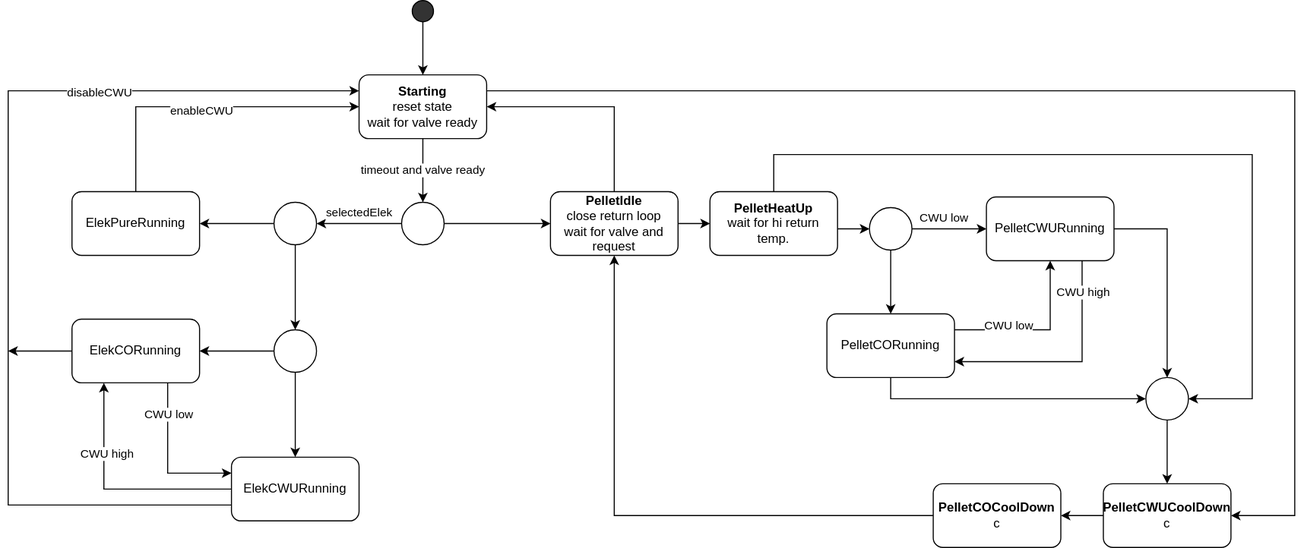
Earlier version of the draw.io export firmware/stany.drawio.svg (kildom/boiler-controller). Source tidied: cells renumbered, new cells last; positions are measured from the earlier drawing's top-left corner, leaving out a move shared by most shapes. The source it was exported from:
```xml
<mxGraphModel>
  <root>
    <mxCell id="0" />
    <mxCell id="1" parent="0" />
    <mxCell id="2" value="timeout and valve ready" style="edgeStyle=orthogonalEdgeStyle;rounded=0;jettySize=auto;html=1;" parent="1" edge="1" source="4" target="7">
      <mxGeometry relative="1" as="geometry" />
    </mxCell>
    <mxCell id="3" style="edgeStyle=orthogonalEdgeStyle;rounded=0;jettySize=auto;html=1;exitX=1;exitY=0.25;exitDx=0;exitDy=0;entryX=1;entryY=0.5;entryDx=0;entryDy=0;" parent="1" edge="1" source="4" target="43">
      <mxGeometry relative="1" as="geometry">
        <Array as="points">
          <mxPoint x="1210" y="85" />
          <mxPoint x="1210" y="485" />
        </Array>
      </mxGeometry>
    </mxCell>
    <mxCell id="4" value="&lt;b&gt;Starting&lt;/b&gt;&lt;br&gt;reset state&lt;br&gt;wait for valve ready" style="rounded=1;whiteSpace=wrap;html=1;" parent="1" vertex="1">
      <mxGeometry x="330" y="70" width="120" height="60" as="geometry" />
    </mxCell>
    <mxCell id="5" value="selectedElek" style="edgeStyle=orthogonalEdgeStyle;rounded=0;jettySize=auto;html=1;" parent="1" edge="1" source="7" target="14">
      <mxGeometry y="-10" relative="1" as="geometry" />
    </mxCell>
    <mxCell id="6" style="edgeStyle=orthogonalEdgeStyle;rounded=0;jettySize=auto;html=1;" parent="1" edge="1" source="7" target="40">
      <mxGeometry relative="1" as="geometry" />
    </mxCell>
    <mxCell id="7" style="ellipse;whiteSpace=wrap;html=1;" parent="1" vertex="1">
      <mxGeometry x="370" y="190" width="40" height="40" as="geometry" />
    </mxCell>
    <mxCell id="8" style="edgeStyle=orthogonalEdgeStyle;rounded=0;jettySize=auto;html=1;exitX=1;exitY=0.25;exitDx=0;exitDy=0;" parent="1" edge="1" source="11" target="33">
      <mxGeometry relative="1" as="geometry" />
    </mxCell>
    <mxCell id="9" value="CWU low" style="edgeLabel;html=1;align=center;verticalAlign=middle;" parent="8" vertex="1">
      <mxGeometry x="-0.29" y="-3" relative="1" as="geometry">
        <mxPoint x="-5" y="-8" as="offset" />
      </mxGeometry>
    </mxCell>
    <mxCell id="10" style="edgeStyle=orthogonalEdgeStyle;rounded=0;jettySize=auto;html=1;exitX=0.5;exitY=1;exitDx=0;exitDy=0;" parent="1" edge="1" source="11" target="45">
      <mxGeometry relative="1" as="geometry" />
    </mxCell>
    <mxCell id="11" value="PelletCORunning" style="rounded=1;whiteSpace=wrap;html=1;" parent="1" vertex="1">
      <mxGeometry x="770" y="295" width="120" height="60" as="geometry" />
    </mxCell>
    <mxCell id="12" style="edgeStyle=orthogonalEdgeStyle;rounded=0;jettySize=auto;html=1;" parent="1" edge="1" source="14" target="21">
      <mxGeometry relative="1" as="geometry" />
    </mxCell>
    <mxCell id="13" style="edgeStyle=orthogonalEdgeStyle;rounded=0;jettySize=auto;html=1;" parent="1" edge="1" source="14" target="24">
      <mxGeometry relative="1" as="geometry" />
    </mxCell>
    <mxCell id="14" style="ellipse;whiteSpace=wrap;html=1;" parent="1" vertex="1">
      <mxGeometry x="250" y="190" width="40" height="40" as="geometry" />
    </mxCell>
    <mxCell id="15" style="edgeStyle=orthogonalEdgeStyle;rounded=0;jettySize=auto;html=1;" parent="1" edge="1" source="18">
      <mxGeometry relative="1" as="geometry">
        <mxPoint y="330" as="targetPoint" />
      </mxGeometry>
    </mxCell>
    <mxCell id="16" style="edgeStyle=orthogonalEdgeStyle;rounded=0;jettySize=auto;html=1;exitX=0.75;exitY=1;exitDx=0;exitDy=0;entryX=0;entryY=0.25;entryDx=0;entryDy=0;" parent="1" edge="1" source="18" target="29">
      <mxGeometry relative="1" as="geometry" />
    </mxCell>
    <mxCell id="17" value="CWU low" style="edgeLabel;html=1;align=center;verticalAlign=middle;" parent="16" vertex="1">
      <mxGeometry x="-0.6" relative="1" as="geometry" />
    </mxCell>
    <mxCell id="18" value="ElekCORunning" style="rounded=1;whiteSpace=wrap;html=1;" parent="1" vertex="1">
      <mxGeometry x="60" y="300" width="120" height="60" as="geometry" />
    </mxCell>
    <mxCell id="19" style="edgeStyle=orthogonalEdgeStyle;rounded=0;jettySize=auto;html=1;" parent="1" edge="1" source="21" target="4">
      <mxGeometry relative="1" as="geometry">
        <Array as="points">
          <mxPoint x="120" y="100" />
        </Array>
      </mxGeometry>
    </mxCell>
    <mxCell id="20" value="enableCWU" style="edgeLabel;html=1;align=center;verticalAlign=middle;" parent="19" vertex="1">
      <mxGeometry x="-0.03" y="-3" relative="1" as="geometry" />
    </mxCell>
    <mxCell id="21" value="ElekPureRunning" style="rounded=1;whiteSpace=wrap;html=1;" parent="1" vertex="1">
      <mxGeometry x="60" y="180" width="120" height="60" as="geometry" />
    </mxCell>
    <mxCell id="22" style="edgeStyle=orthogonalEdgeStyle;rounded=0;jettySize=auto;html=1;" parent="1" edge="1" source="24" target="18">
      <mxGeometry relative="1" as="geometry" />
    </mxCell>
    <mxCell id="23" style="edgeStyle=orthogonalEdgeStyle;rounded=0;jettySize=auto;html=1;" parent="1" edge="1" source="24" target="29">
      <mxGeometry relative="1" as="geometry" />
    </mxCell>
    <mxCell id="24" style="ellipse;whiteSpace=wrap;html=1;" parent="1" vertex="1">
      <mxGeometry x="250" y="310" width="40" height="40" as="geometry" />
    </mxCell>
    <mxCell id="25" style="edgeStyle=orthogonalEdgeStyle;rounded=0;jettySize=auto;html=1;exitX=0;exitY=0.75;exitDx=0;exitDy=0;entryX=0;entryY=0.25;entryDx=0;entryDy=0;" parent="1" edge="1" source="29" target="4">
      <mxGeometry relative="1" as="geometry">
        <Array as="points">
          <mxPoint y="475" />
          <mxPoint y="85" />
        </Array>
      </mxGeometry>
    </mxCell>
    <mxCell id="26" value="disableCWU" style="edgeLabel;html=1;align=center;verticalAlign=middle;" parent="25" vertex="1">
      <mxGeometry x="0.47" y="-1" relative="1" as="geometry" />
    </mxCell>
    <mxCell id="27" style="edgeStyle=orthogonalEdgeStyle;rounded=0;jettySize=auto;html=1;exitX=0;exitY=0.5;exitDx=0;exitDy=0;entryX=0.25;entryY=1;entryDx=0;entryDy=0;" parent="1" edge="1" source="29" target="18">
      <mxGeometry relative="1" as="geometry" />
    </mxCell>
    <mxCell id="28" value="CWU high" style="edgeLabel;html=1;align=center;verticalAlign=middle;" parent="27" vertex="1">
      <mxGeometry x="0.4" y="-2" relative="1" as="geometry" />
    </mxCell>
    <mxCell id="29" value="ElekCWURunning" style="rounded=1;whiteSpace=wrap;html=1;" parent="1" vertex="1">
      <mxGeometry x="210" y="430" width="120" height="60" as="geometry" />
    </mxCell>
    <mxCell id="30" style="edgeStyle=orthogonalEdgeStyle;rounded=0;jettySize=auto;html=1;exitX=0.75;exitY=1;exitDx=0;exitDy=0;entryX=1;entryY=0.75;entryDx=0;entryDy=0;" parent="1" edge="1" source="33" target="11">
      <mxGeometry relative="1" as="geometry" />
    </mxCell>
    <mxCell id="31" value="CWU high" style="edgeLabel;html=1;align=center;verticalAlign=middle;" parent="30" vertex="1">
      <mxGeometry x="-0.73" relative="1" as="geometry" />
    </mxCell>
    <mxCell id="32" style="edgeStyle=orthogonalEdgeStyle;rounded=0;jettySize=auto;html=1;" parent="1" edge="1" source="33" target="45">
      <mxGeometry relative="1" as="geometry" />
    </mxCell>
    <mxCell id="33" value="PelletCWURunning" style="rounded=1;whiteSpace=wrap;html=1;" parent="1" vertex="1">
      <mxGeometry x="920" y="185" width="120" height="60" as="geometry" />
    </mxCell>
    <mxCell id="34" value="CWU low" style="edgeStyle=orthogonalEdgeStyle;rounded=0;jettySize=auto;html=1;" parent="1" edge="1" source="36" target="33">
      <mxGeometry x="-0.14" y="10" relative="1" as="geometry" />
    </mxCell>
    <mxCell id="35" style="edgeStyle=orthogonalEdgeStyle;rounded=0;jettySize=auto;html=1;" parent="1" edge="1" source="36" target="11">
      <mxGeometry relative="1" as="geometry" />
    </mxCell>
    <mxCell id="36" style="ellipse;whiteSpace=wrap;html=1;" parent="1" vertex="1">
      <mxGeometry x="810" y="195" width="40" height="40" as="geometry" />
    </mxCell>
    <mxCell id="37" style="edgeStyle=orthogonalEdgeStyle;rounded=0;jettySize=auto;html=1;" parent="1" edge="1" target="36">
      <mxGeometry relative="1" as="geometry">
        <mxPoint x="730" y="215" as="sourcePoint" />
      </mxGeometry>
    </mxCell>
    <mxCell id="38" style="edgeStyle=orthogonalEdgeStyle;rounded=0;jettySize=auto;html=1;" parent="1" edge="1" source="40" target="48">
      <mxGeometry relative="1" as="geometry" />
    </mxCell>
    <mxCell id="39" style="edgeStyle=orthogonalEdgeStyle;rounded=0;jettySize=auto;html=1;entryX=1;entryY=0.5;entryDx=0;entryDy=0;" parent="1" edge="1" source="40" target="4">
      <mxGeometry relative="1" as="geometry">
        <Array as="points">
          <mxPoint x="570" y="100" />
        </Array>
      </mxGeometry>
    </mxCell>
    <mxCell id="40" value="&lt;b&gt;PelletIdle&lt;/b&gt;&lt;br&gt;close return loop&lt;br&gt;wait for valve and request" style="rounded=1;whiteSpace=wrap;html=1;" parent="1" vertex="1">
      <mxGeometry x="510" y="180" width="120" height="60" as="geometry" />
    </mxCell>
    <mxCell id="41" style="edgeStyle=orthogonalEdgeStyle;rounded=0;jettySize=auto;html=1;" parent="1" edge="1" source="43" target="47">
      <mxGeometry relative="1" as="geometry" />
    </mxCell>
    <mxCell id="42" style="edgeStyle=orthogonalEdgeStyle;rounded=0;jettySize=auto;html=1;exitX=0.5;exitY=0;exitDx=0;exitDy=0;" parent="1" edge="1" source="48" target="45">
      <mxGeometry relative="1" as="geometry">
        <Array as="points">
          <mxPoint x="720" y="145" />
          <mxPoint x="1170" y="145" />
          <mxPoint x="1170" y="375" />
        </Array>
      </mxGeometry>
    </mxCell>
    <mxCell id="43" value="&lt;b&gt;PelletCWUCoolDown&lt;/b&gt;&lt;br&gt;c" style="rounded=1;whiteSpace=wrap;html=1;" parent="1" vertex="1">
      <mxGeometry x="1030" y="455" width="120" height="60" as="geometry" />
    </mxCell>
    <mxCell id="44" style="edgeStyle=orthogonalEdgeStyle;rounded=0;jettySize=auto;html=1;" parent="1" edge="1" source="45" target="43">
      <mxGeometry relative="1" as="geometry" />
    </mxCell>
    <mxCell id="45" style="ellipse;whiteSpace=wrap;html=1;" parent="1" vertex="1">
      <mxGeometry x="1070" y="355" width="40" height="40" as="geometry" />
    </mxCell>
    <mxCell id="46" style="edgeStyle=orthogonalEdgeStyle;rounded=0;jettySize=auto;html=1;entryX=0.5;entryY=1;entryDx=0;entryDy=0;exitX=0;exitY=0.5;exitDx=0;exitDy=0;" parent="1" edge="1" source="47" target="40">
      <mxGeometry relative="1" as="geometry" />
    </mxCell>
    <mxCell id="47" value="&lt;b&gt;PelletCOCoolDown&lt;/b&gt;&lt;br&gt;c" style="rounded=1;whiteSpace=wrap;html=1;" parent="1" vertex="1">
      <mxGeometry x="870" y="455" width="120" height="60" as="geometry" />
    </mxCell>
    <mxCell id="48" value="&lt;b&gt;PelletHeatUp&lt;/b&gt;&lt;br&gt;wait for hi return temp." style="rounded=1;whiteSpace=wrap;html=1;" parent="1" vertex="1">
      <mxGeometry x="660" y="180" width="120" height="60" as="geometry" />
    </mxCell>
    <mxCell id="49" style="edgeStyle=orthogonalEdgeStyle;rounded=0;jettySize=auto;html=1;" parent="1" edge="1" source="50" target="4">
      <mxGeometry relative="1" as="geometry" />
    </mxCell>
    <mxCell id="50" style="ellipse;whiteSpace=wrap;html=1;fillColor=#333333;" parent="1" vertex="1">
      <mxGeometry x="380" width="20" height="20" as="geometry" />
    </mxCell>
  </root>
</mxGraphModel>
```
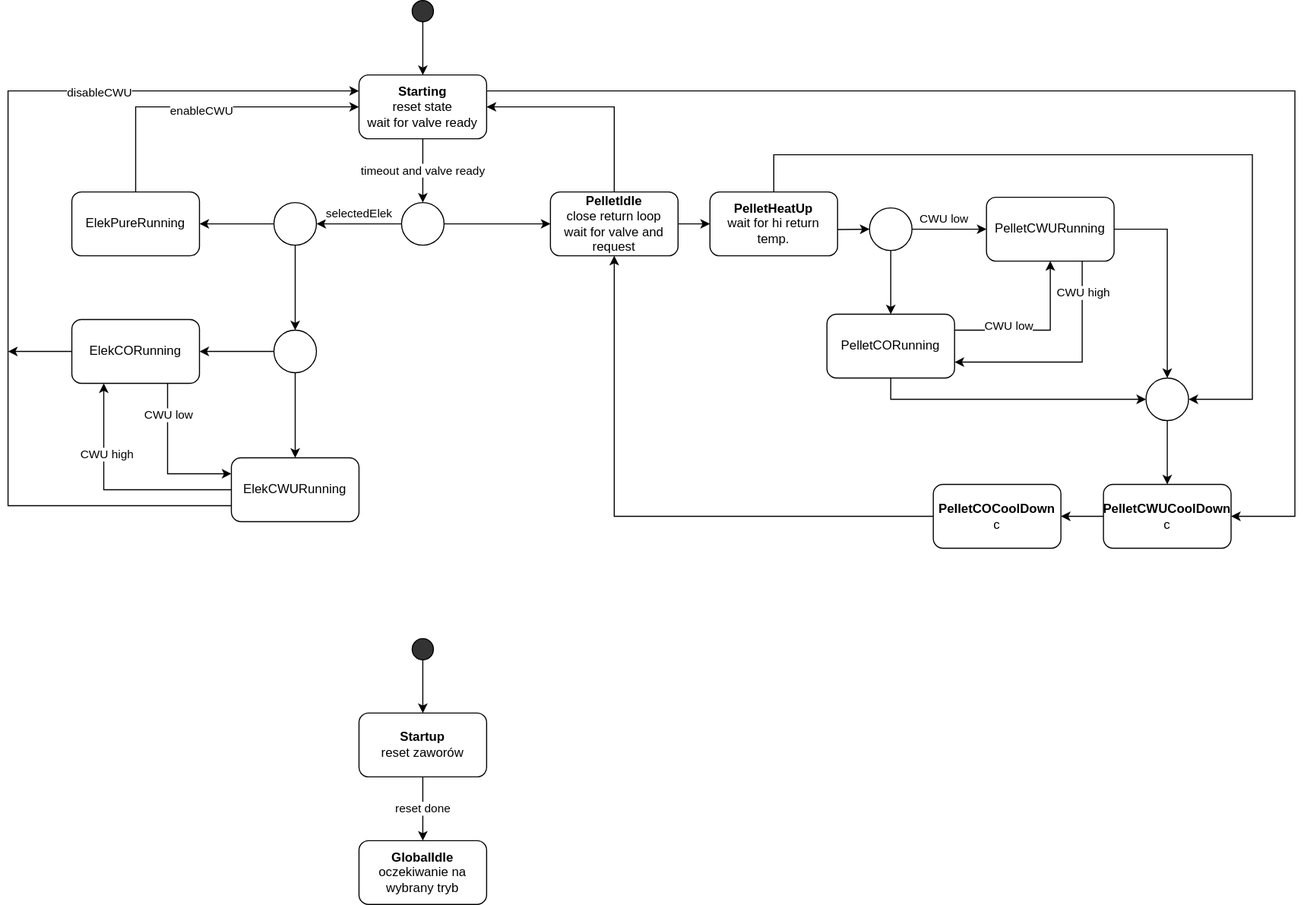
After the commit.

The edit, as a diff of the source:
```diff
@@ -179,5 +179,20 @@
     <mxCell id="50" style="ellipse;whiteSpace=wrap;html=1;fillColor=#333333;" parent="1" vertex="1">
       <mxGeometry x="380" width="20" height="20" as="geometry" />
     </mxCell>
+    <mxCell id="51" value="reset done" style="edgeStyle=orthogonalEdgeStyle;rounded=0;jettySize=auto;html=1;" parent="1" edge="1" source="52" target="55">
+      <mxGeometry relative="1" as="geometry" />
+    </mxCell>
+    <mxCell id="52" value="&lt;b&gt;Startup&lt;/b&gt;&lt;br&gt;reset zaworów" style="rounded=1;whiteSpace=wrap;html=1;" parent="1" vertex="1">
+      <mxGeometry x="330" y="670" width="120" height="60" as="geometry" />
+    </mxCell>
+    <mxCell id="53" style="edgeStyle=orthogonalEdgeStyle;rounded=0;jettySize=auto;html=1;" parent="1" edge="1" source="54" target="52">
+      <mxGeometry relative="1" as="geometry" />
+    </mxCell>
+    <mxCell id="54" style="ellipse;whiteSpace=wrap;html=1;fillColor=#333333;" parent="1" vertex="1">
+      <mxGeometry x="380" y="600" width="20" height="20" as="geometry" />
+    </mxCell>
+    <mxCell id="55" value="&lt;b&gt;GlobalIdle&lt;/b&gt;&lt;br&gt;oczekiwanie na wybrany tryb" style="whiteSpace=wrap;html=1;rounded=1;" parent="1" vertex="1">
+      <mxGeometry x="330" y="790" width="120" height="60" as="geometry" />
+    </mxCell>
   </root>
 </mxGraphModel>
```
